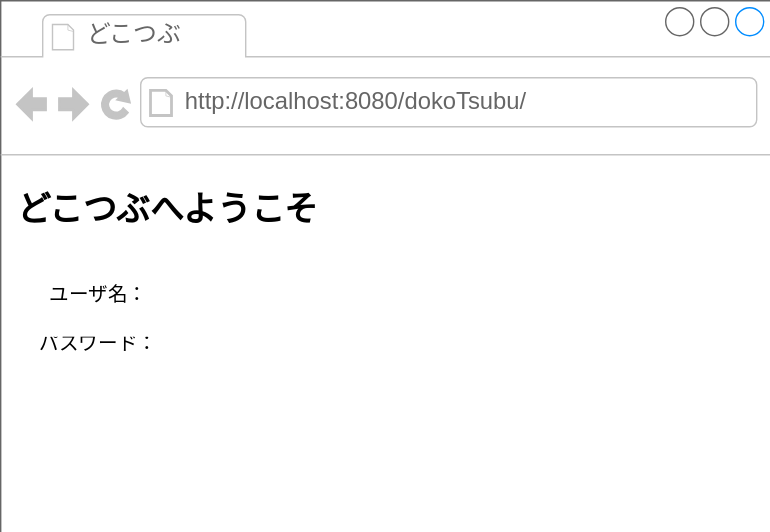
Holy0343/Product1 keeps this draw.io diagram as se1.drawio.svg. Above is the earlier version. Source tidied: cells renumbered, new cells last; positions are measured from the earlier drawing's top-left corner, leaving out a move shared by most shapes.
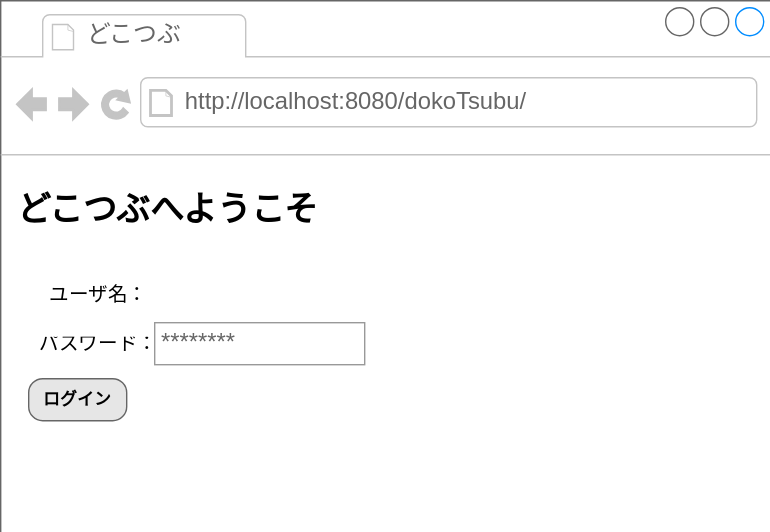
After the change.

Commit message:
se1.drawio.svg を更新します

What changed in the source:
```diff
@@ -20,5 +20,11 @@
     <mxCell id="7" value="ユーザ名：" style="whiteSpace=wrap;html=1;strokeColor=none;fontSize=14;" parent="2" vertex="1">
       <mxGeometry x="10" y="180" width="120" height="60" as="geometry" />
     </mxCell>
+    <mxCell id="8" value="ログイン" style="strokeWidth=1;shadow=0;dashed=0;align=center;html=1;shape=mxgraph.mockup.buttons.button;strokeColor=#666666;fontColor=#000000;mainText=;buttonStyle=round;fontSize=12;fontStyle=1;fillColor=#E6E6E6;whiteSpace=wrap;" parent="2" vertex="1">
+      <mxGeometry x="20" y="270" width="70" height="30" as="geometry" />
+    </mxCell>
+    <mxCell id="9" value="********" style="strokeWidth=1;shadow=0;dashed=0;align=center;html=1;shape=mxgraph.mockup.forms.pwField;strokeColor=#999999;mainText=;align=left;fontColor=#666666;fontSize=17;spacingLeft=3;" parent="2" vertex="1">
+      <mxGeometry x="110" y="230" width="150" height="30" as="geometry" />
+    </mxCell>
   </root>
 </mxGraphModel>
```
